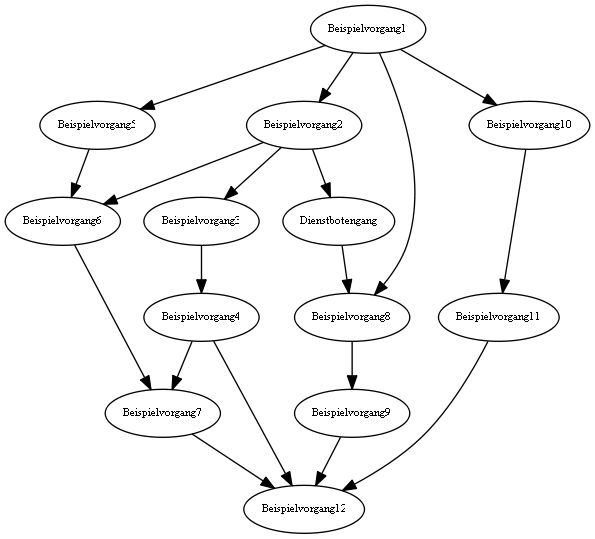
The Graphviz diagram app/assets/images/graph.png in rb4k/as-rcpsp, before a commit. Its source is kept beside it as graph.dot.
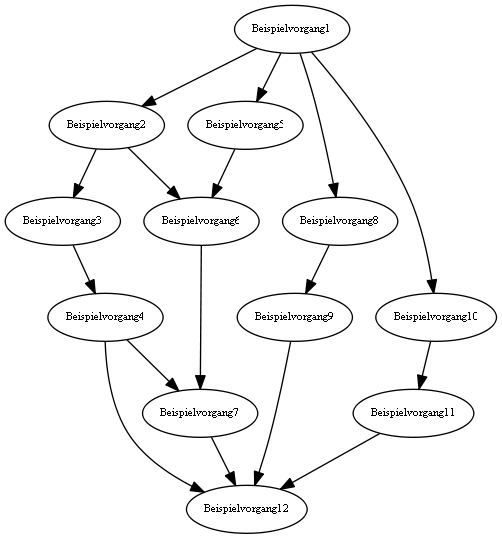
After the commit.

Diff of the diagram source:
```diff
@@ -1,125 +1,125 @@
 digraph RGL__DirectedAdjacencyGraph {
-    38933928 [
+    38676060 [
         fontsize = 8,
         label = Beispielvorgang1
     ]
 
-    38933880 [
+    38676012 [
         fontsize = 8,
         label = Beispielvorgang2
     ]
 
-    38969628 [
+    38908812 [
         fontsize = 8,
         label = Beispielvorgang5
     ]
 
-    38995440 [
+    38942640 [
         fontsize = 8,
         label = Beispielvorgang8
     ]
 
-    39225264 [
+    38954592 [
         fontsize = 8,
         label = Beispielvorgang10
     ]
 
-    39259884 [
+    38985804 [
         fontsize = 8,
         label = Beispielvorgang3
     ]
 
-    39247032 [
+    39008424 [
         fontsize = 8,
         label = Beispielvorgang6
     ]
 
-    39285588 [
+    38996124 [
         fontsize = 8,
         label = Beispielvorgang4
     ]
 
-    39290208 [
+    39248460 [
         fontsize = 8,
         label = Beispielvorgang7
     ]
 
-    39307404 [
+    39232656 [
         fontsize = 8,
         label = Beispielvorgang12
     ]
 
-    39650268 [
+    39312972 [
         fontsize = 8,
         label = Beispielvorgang9
     ]
 
-    39682944 [
+    39321684 [
         fontsize = 8,
         label = Beispielvorgang11
     ]
 
-    38933928 -> 38933880 [
+    38676060 -> 38676012 [
         fontsize = 8
     ]
 
-    38933928 -> 38969628 [
+    38676060 -> 38908812 [
         fontsize = 8
     ]
 
-    38933928 -> 38995440 [
+    38676060 -> 38942640 [
         fontsize = 8
     ]
 
-    38933928 -> 39225264 [
+    38676060 -> 38954592 [
         fontsize = 8
     ]
 
-    38933880 -> 39259884 [
+    38676012 -> 38985804 [
         fontsize = 8
     ]
 
-    38933880 -> 39247032 [
+    38676012 -> 39008424 [
         fontsize = 8
     ]
 
-    38969628 -> 39247032 [
+    38908812 -> 39008424 [
         fontsize = 8
     ]
 
-    38995440 -> 39650268 [
+    38942640 -> 39312972 [
         fontsize = 8
     ]
 
-    39225264 -> 39682944 [
+    38954592 -> 39321684 [
         fontsize = 8
     ]
 
-    39259884 -> 39285588 [
+    38985804 -> 38996124 [
         fontsize = 8
     ]
 
-    39247032 -> 39290208 [
+    39008424 -> 39248460 [
         fontsize = 8
     ]
 
-    39285588 -> 39290208 [
+    38996124 -> 39248460 [
         fontsize = 8
     ]
 
-    39285588 -> 39307404 [
+    38996124 -> 39232656 [
         fontsize = 8
     ]
 
-    39290208 -> 39307404 [
+    39248460 -> 39232656 [
         fontsize = 8
     ]
 
-    39650268 -> 39307404 [
+    39312972 -> 39232656 [
         fontsize = 8
     ]
 
-    39682944 -> 39307404 [
+    39321684 -> 39232656 [
         fontsize = 8
     ]
 }
```
